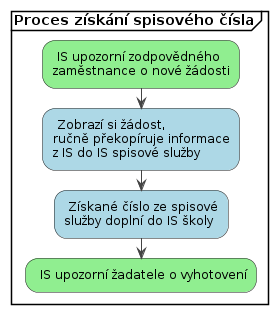
This is images/ac-dvoufaz-pochvala.png from DanielADK/tul-bp, a PlantUML export, as it was before one commit.
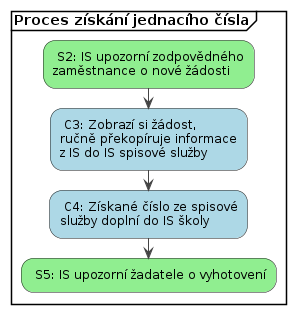
The same diagram one commit later.

The edit, as a diff of the source:
```diff
@@ -7,10 +7,11 @@
 !$HUMAN = "#ADD8E6"
 !$SOFTWARE = "#90EE90"
 
-partition "**Proces získání spisového čísla**" {
-  $SOFTWARE: IS upozorní zodpovědného\nzaměstnance o nové žádosti;
-  $HUMAN: Zobrazí si žádost,\nručně překopíruje informace\nz IS do IS spisové služby;
-  $HUMAN: Získané číslo ze spisové\nslužby doplní do IS školy;
-  $SOFTWARE: IS upozorní žadatele o vyhotovení;
+partition "**Proces získání jednacího čísla**" {
+  $SOFTWARE: S2: IS upozorní zodpovědného\nzaměstnance o nové žádosti;
+  $HUMAN: C3: Zobrazí si žádost,\nručně překopíruje informace\nz IS do IS spisové služby;
+  $HUMAN: C4: Získané číslo ze spisové\nslužby doplní do IS školy;
+  $SOFTWARE: S5: IS upozorní žadatele o vyhotovení;
 }
+
 @enduml
```
